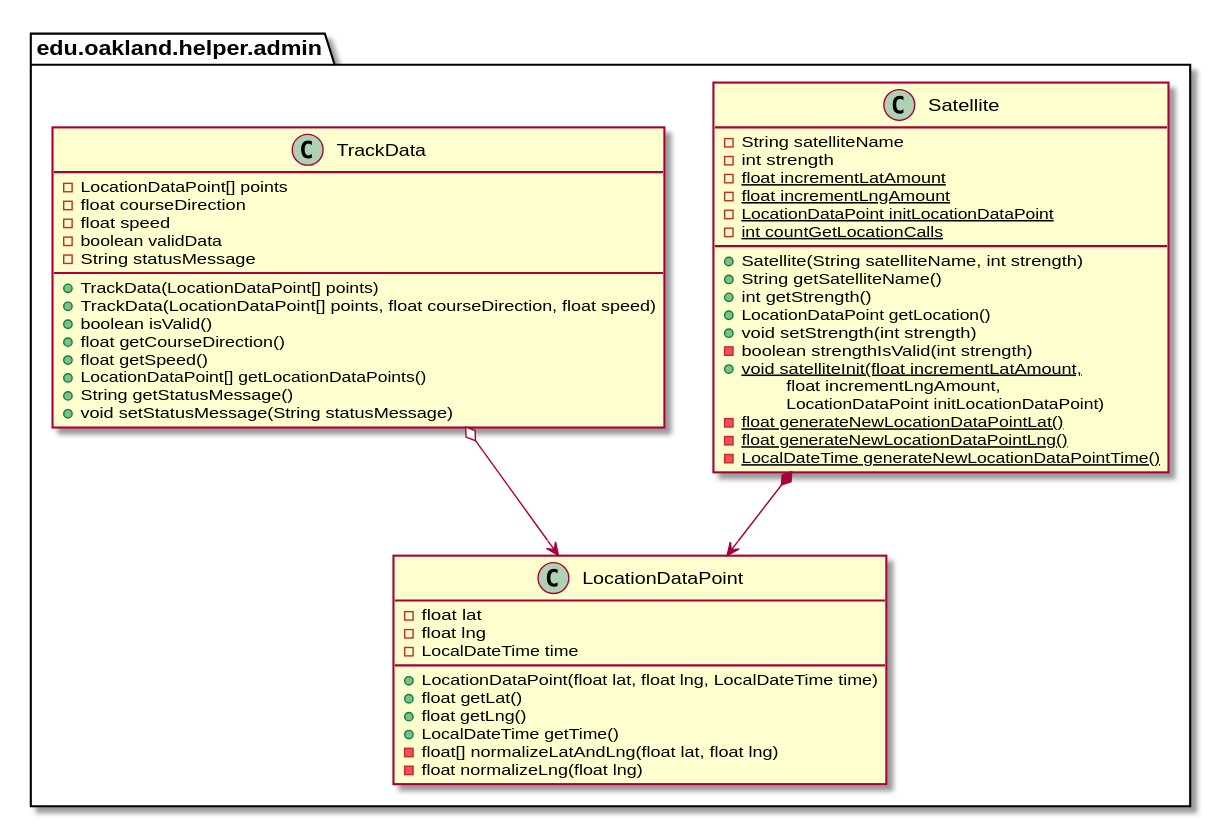
Above: docs/uml-class-diagrams/admin/helper/AdminHelperPackage_Closure.svg in andrewdimmer/csi-3370-software-project (PlantUML), before the change.
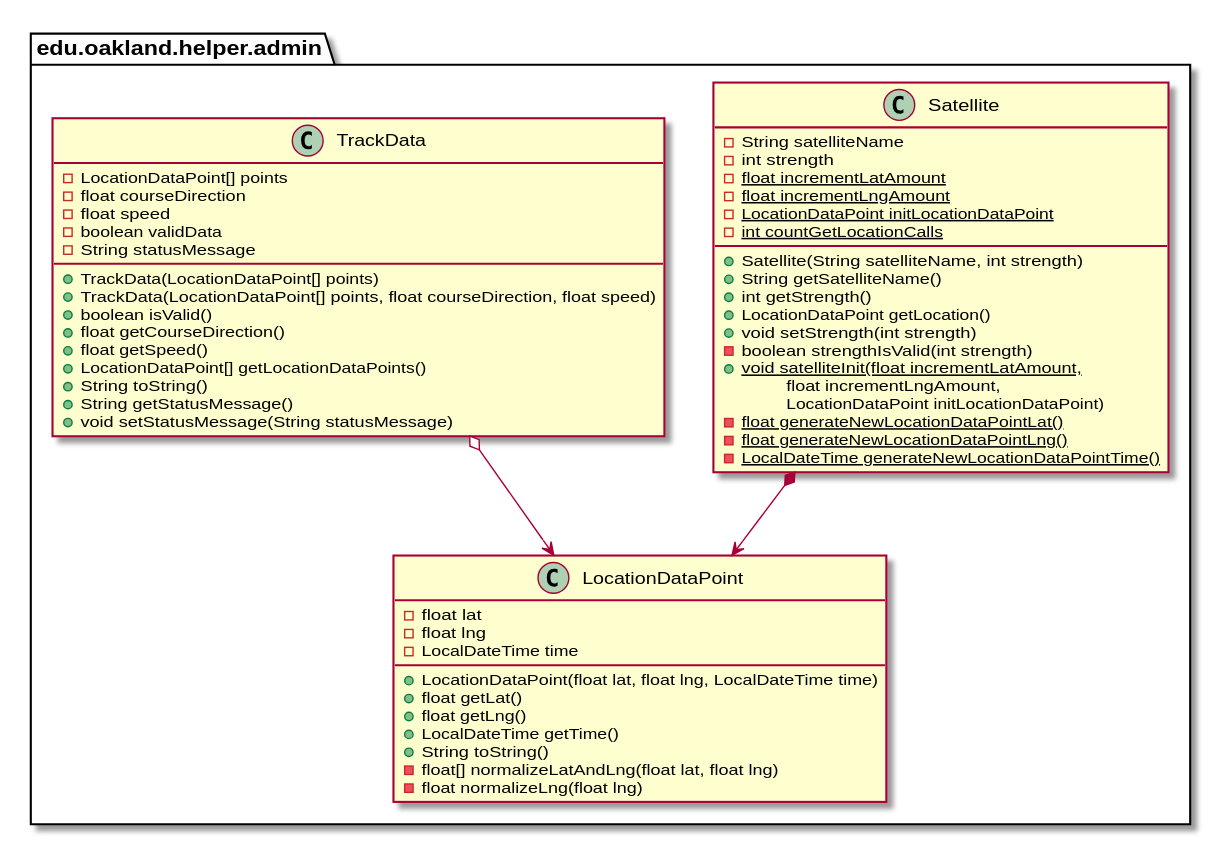
Above is the later version.

What changed in the source:
```diff
@@ -15,6 +15,7 @@
         + float getLat()
         + float getLng()
         + LocalDateTime getTime()
+        + String toString()
         - float[] normalizeLatAndLng(float lat, float lng)
         - float normalizeLng(float lng)
     }
@@ -73,6 +74,7 @@
         + float getCourseDirection()
         + float getSpeed()
         + LocationDataPoint[] getLocationDataPoints()
+        + String toString()
         + String getStatusMessage()
         + void setStatusMessage(String statusMessage)
     }
```
